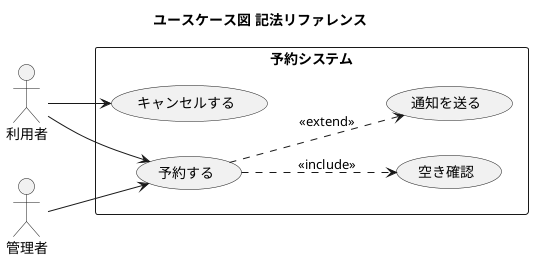
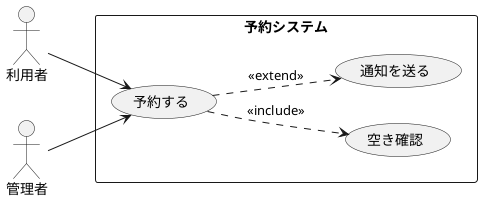
@startuml
- ' ============================================================
- '  ユースケース図 記法リファレンス（「こう書くとこうなる」集）
- '  「誰が」「何をできるか」を表す。※コメントは行頭の ' のみ。
- ' ============================================================
- title ユースケース図 記法リファレンス
- 
- ' ▼ 図の向きはこう変える（横並びにすると見やすい）
left to right direction
- 
- ' ▼ アクター（利用者役）はこう： actor 名前
actor 利用者 as U
actor 管理者 as A

- ' ▼ システム境界はこう囲む： rectangle 名前 { 中にユースケース }
rectangle 予約システム {
-   ' ▼ ユースケースはこう： usecase "名前" as 別名  または (名前)
  usecase "予約する" as UC1
-   usecase "キャンセルする" as UC2
-   usecase "空き確認" as UC3
-   usecase "通知を送る" as UC4
+   usecase "空き確認" as UC2
+   usecase "通知を送る" as UC3
}

- ' ▼ 関連（できること）はこう： アクター --> ユースケース
U --> UC1
- U --> UC2
A --> UC1
- 
- ' ▼ include（必ず呼ぶ）はこう： A ..> B : <<include>>
- UC1 ..> UC3 : <<include>>
- 
- ' ▼ extend（条件付きで追加）はこう： A ..> B : <<extend>>
- UC1 ..> UC4 : <<extend>>
- 
+ ' 必ず呼ぶ
+ UC1 ..> UC2 : <<include>>
+ ' 条件付きで追加
+ UC1 ..> UC3 : <<extend>>
@enduml
